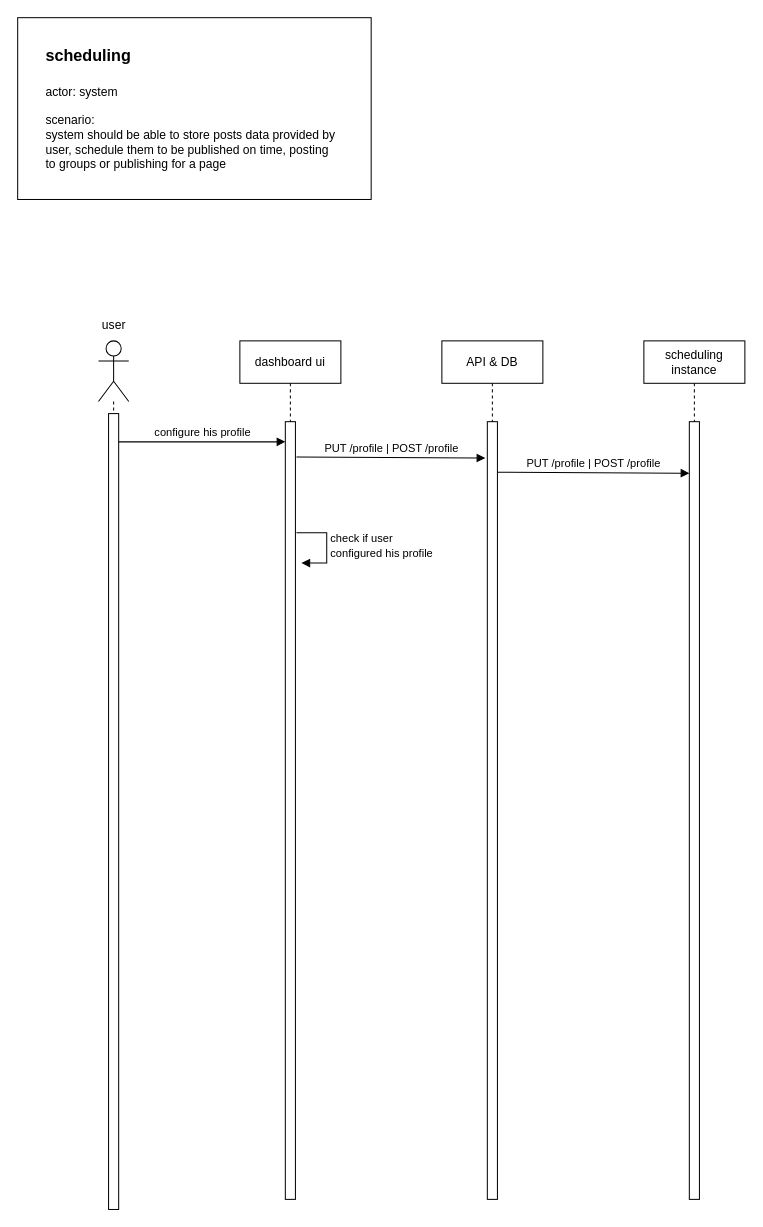
This is page "scheduling" (3 of 3) of auto-post.drawio from ahmed-elbehairy7/pamylka-system-design, a draw.io file, before an edit. Source tidied: cells renumbered, new cells numbered last; positions are measured from the earlier drawing's top-left corner, leaving out a move shared by most shapes. Both pictures are drawn from the tidied source at 101%, with x=0, y=0 at pixel (17, 17).
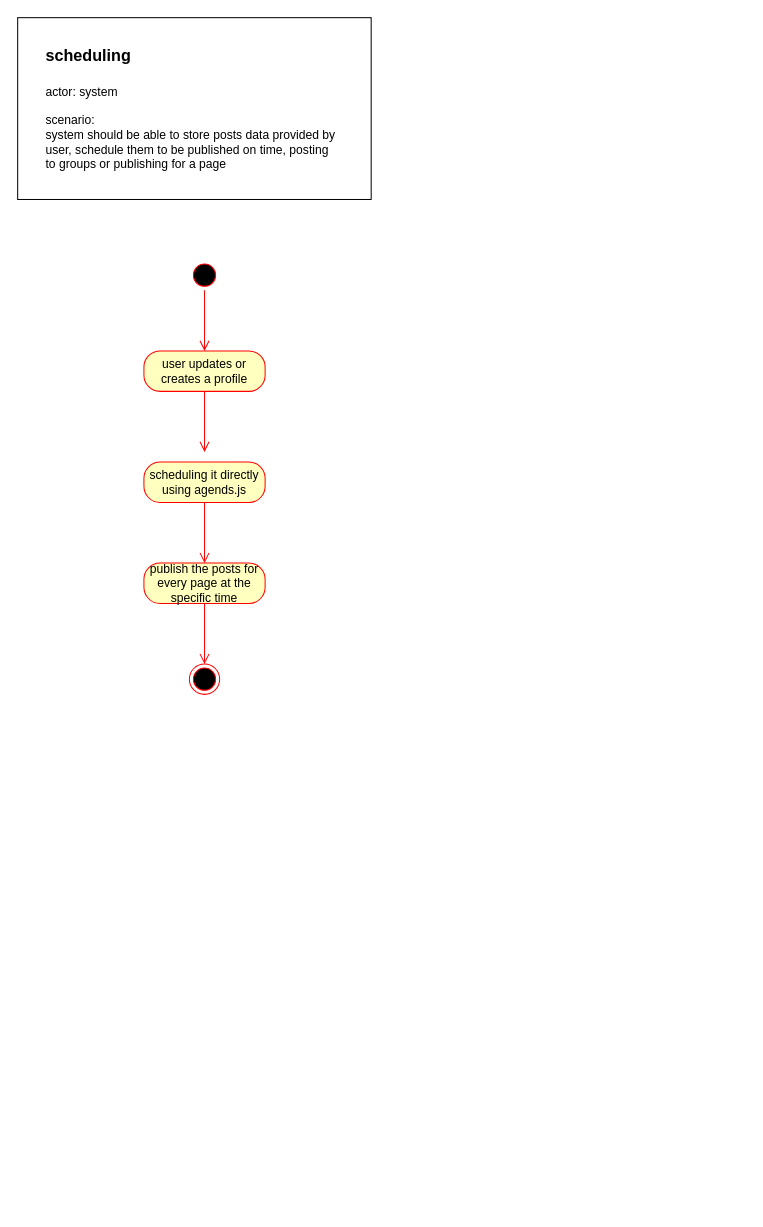
After the change.

What changed in the source:
```diff
@@
-    <mxCell id="5" style="shape=umlLifeline;perimeter=lifelinePerimeter;whiteSpace=wrap;html=1;newEdgeStyle={&quot;curved&quot;:0,&quot;rounded&quot;:0};participant=umlActor;size=60;" parent="1" vertex="1">
-      <mxGeometry x="80" y="320" width="30" height="860" as="geometry" />
-    </mxCell>
-    <mxCell id="6" style="html=1;perimeter=orthogonalPerimeter;targetShapes=umlLifeline;newEdgeStyle={&quot;curved&quot;:0,&quot;rounded&quot;:0};" parent="5" vertex="1">
-      <mxGeometry x="10" y="72" width="10" height="788" as="geometry" />
-    </mxCell>
-    <mxCell id="7" value="user" style="text;html=1;align=center;verticalAlign=middle;strokeColor=none;fillColor=none;" parent="1" vertex="1">
-      <mxGeometry x="70" y="290" width="50" height="30" as="geometry" />
-    </mxCell>
-    <mxCell id="8" value="dashboard ui" style="shape=umlLifeline;perimeter=lifelinePerimeter;whiteSpace=wrap;html=1;newEdgeStyle={&quot;curved&quot;:0,&quot;rounded&quot;:0};size=42;" parent="1" vertex="1">
-      <mxGeometry x="220" y="320" width="100" height="850" as="geometry" />
-    </mxCell>
-    <mxCell id="9" style="html=1;perimeter=orthogonalPerimeter;targetShapes=umlLifeline;newEdgeStyle={&quot;curved&quot;:0,&quot;rounded&quot;:0};" parent="8" vertex="1">
-      <mxGeometry x="45" y="80" width="10" height="770" as="geometry" />
-    </mxCell>
-    <mxCell id="10" value="check if user&amp;nbsp;&lt;div&gt;configured his profile&lt;/div&gt;" style="html=1;align=left;spacingLeft=2;endArrow=block;rounded=0;edgeStyle=orthogonalEdgeStyle;curved=0;rounded=0;" parent="1" edge="1">
-      <mxGeometry relative="1" as="geometry">
-        <mxPoint x="276" y="510" as="sourcePoint" />
-        <mxPoint x="281" y="540" as="targetPoint" />
-        <Array as="points">
-          <mxPoint x="306" y="540" />
-        </Array>
-      </mxGeometry>
-    </mxCell>
-    <mxCell id="11" value="API &amp;amp; DB" style="shape=umlLifeline;perimeter=lifelinePerimeter;whiteSpace=wrap;html=1;newEdgeStyle={&quot;curved&quot;:0,&quot;rounded&quot;:0};size=42;" parent="1" vertex="1">
-      <mxGeometry x="420" y="320" width="100" height="850" as="geometry" />
-    </mxCell>
-    <mxCell id="12" style="html=1;perimeter=orthogonalPerimeter;targetShapes=umlLifeline;newEdgeStyle={&quot;curved&quot;:0,&quot;rounded&quot;:0};" parent="11" vertex="1">
-      <mxGeometry x="45" y="80" width="10" height="770" as="geometry" />
-    </mxCell>
-    <mxCell id="13" value="configure his profile" style="html=1;verticalAlign=bottom;endArrow=block;curved=0;rounded=0;" parent="1" edge="1">
-      <mxGeometry relative="1" as="geometry">
-        <mxPoint x="100" y="420" as="sourcePoint" />
-        <mxPoint x="265" y="420" as="targetPoint" />
-      </mxGeometry>
-    </mxCell>
-    <mxCell id="14" value="PUT /profile | POST /profile" style="html=1;verticalAlign=bottom;endArrow=block;curved=0;rounded=0;" parent="1" edge="1">
-      <mxGeometry relative="1" as="geometry">
-        <mxPoint x="276" y="435" as="sourcePoint" />
-        <mxPoint x="463" y="436" as="targetPoint" />
-      </mxGeometry>
-    </mxCell>
-    <mxCell id="15" value="scheduling instance" style="shape=umlLifeline;perimeter=lifelinePerimeter;whiteSpace=wrap;html=1;newEdgeStyle={&quot;curved&quot;:0,&quot;rounded&quot;:0};size=42;" parent="1" vertex="1">
-      <mxGeometry x="620" y="320" width="100" height="850" as="geometry" />
-    </mxCell>
-    <mxCell id="16" style="html=1;perimeter=orthogonalPerimeter;targetShapes=umlLifeline;newEdgeStyle={&quot;curved&quot;:0,&quot;rounded&quot;:0};" parent="15" vertex="1">
-      <mxGeometry x="45" y="80" width="10" height="770" as="geometry" />
-    </mxCell>
-    <mxCell id="17" value="PUT /profile | POST /profile" style="html=1;verticalAlign=bottom;endArrow=block;curved=0;rounded=0;" parent="1" edge="1">
-      <mxGeometry relative="1" as="geometry">
-        <mxPoint x="475" y="450" as="sourcePoint" />
-        <mxPoint x="665" y="451" as="targetPoint" />
-      </mxGeometry>
-    </mxCell>
+    <mxCell id="18" style="ellipse;html=1;shape=startState;fillColor=#000000;strokeColor=#ff0000;" parent="1" vertex="1">
+      <mxGeometry x="170" y="240" width="30" height="30" as="geometry" />
+    </mxCell>
+    <mxCell id="19" style="edgeStyle=orthogonalEdgeStyle;html=1;verticalAlign=bottom;endArrow=open;endSize=8;strokeColor=#ff0000;rounded=0;" parent="1" edge="1" source="18">
+      <mxGeometry relative="1" as="geometry">
+        <mxPoint x="185" y="330" as="targetPoint" />
+      </mxGeometry>
+    </mxCell>
+    <mxCell id="20" value="user updates or creates a profile" style="rounded=1;whiteSpace=wrap;html=1;arcSize=40;fontColor=#000000;fillColor=#ffffc0;strokeColor=#ff0000;" parent="1" vertex="1">
+      <mxGeometry x="125" y="330" width="120" height="40" as="geometry" />
+    </mxCell>
+    <mxCell id="21" style="edgeStyle=orthogonalEdgeStyle;html=1;verticalAlign=bottom;endArrow=open;endSize=8;strokeColor=#ff0000;rounded=0;" parent="1" edge="1" source="20">
+      <mxGeometry relative="1" as="geometry">
+        <mxPoint x="185" y="430" as="targetPoint" />
+      </mxGeometry>
+    </mxCell>
+    <mxCell id="22" value="scheduling it directly using agends.js" style="rounded=1;whiteSpace=wrap;html=1;arcSize=40;fontColor=#000000;fillColor=#ffffc0;strokeColor=#ff0000;" parent="1" vertex="1">
+      <mxGeometry x="125" y="440" width="120" height="40" as="geometry" />
+    </mxCell>
+    <mxCell id="23" style="edgeStyle=orthogonalEdgeStyle;html=1;verticalAlign=bottom;endArrow=open;endSize=8;strokeColor=#ff0000;rounded=0;" parent="1" edge="1" source="22">
+      <mxGeometry relative="1" as="geometry">
+        <mxPoint x="185" y="540" as="targetPoint" />
+      </mxGeometry>
+    </mxCell>
+    <mxCell id="24" value="publish the posts for every page at the specific time" style="rounded=1;whiteSpace=wrap;html=1;arcSize=40;fontColor=#000000;fillColor=#ffffc0;strokeColor=#ff0000;" parent="1" vertex="1">
+      <mxGeometry x="125" y="540" width="120" height="40" as="geometry" />
+    </mxCell>
+    <mxCell id="25" style="edgeStyle=orthogonalEdgeStyle;html=1;verticalAlign=bottom;endArrow=open;endSize=8;strokeColor=#ff0000;rounded=0;" parent="1" edge="1" source="24">
+      <mxGeometry relative="1" as="geometry">
+        <mxPoint x="185" y="640" as="targetPoint" />
+      </mxGeometry>
+    </mxCell>
+    <mxCell id="26" style="ellipse;html=1;shape=endState;fillColor=#000000;strokeColor=#ff0000;" parent="1" vertex="1">
+      <mxGeometry x="170" y="640" width="30" height="30" as="geometry" />
+    </mxCell>
```
